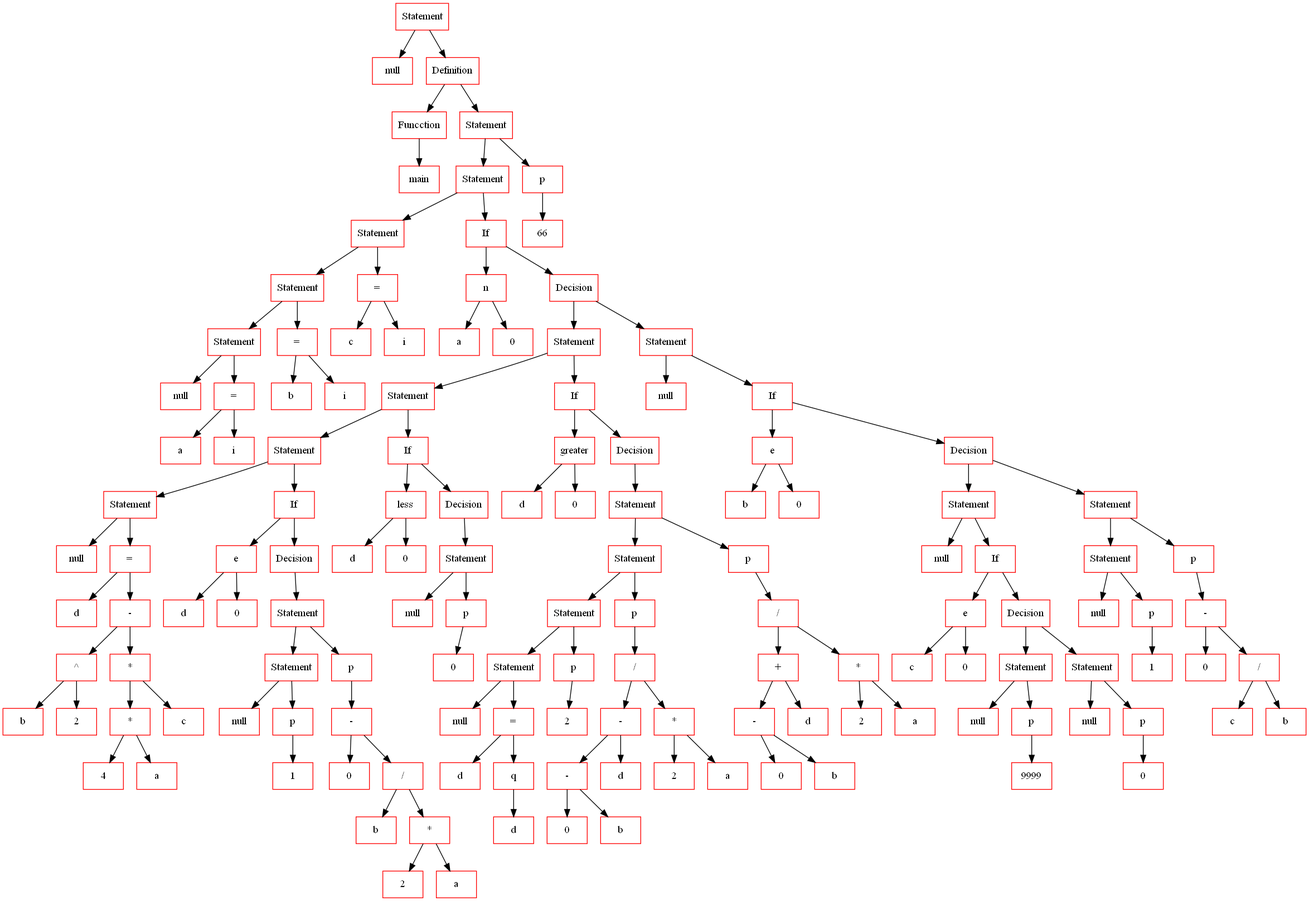
Before: lang_tree.png, a diagram exported from Graphviz (vian96/uzh_lang). Its source is kept beside it as lang_tree.gv.
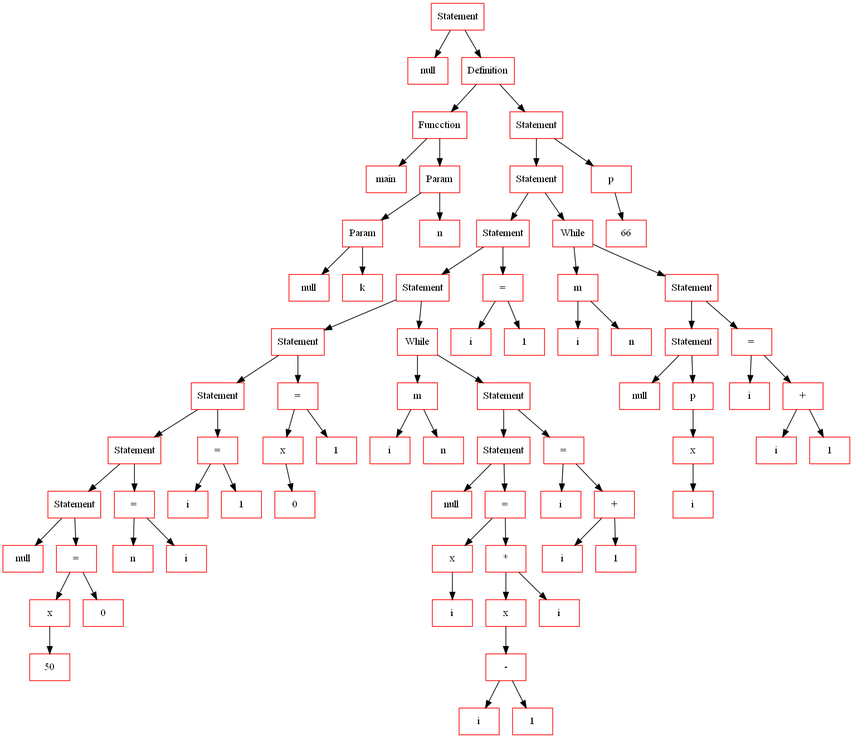
After the commit.

The edit, as a diff of the source:
```diff
@@ -4,283 +4,153 @@
 
 	node[color="red",fontsize=14];
 
-	1590172816[shape=record, label="Statement"];
-	1590172752[shape=record, label="null"];
-	1590172880[shape=record, label="Definition"];
-	1590172944[shape=record, label="Funcction"];
-	1590173008[shape=record, label="main"];
-	1590196288[shape=record, label="Statement"];
-	1592203584[shape=record, label="Statement"];
-	1590170672[shape=record, label="Statement"];
-	1590173392[shape=record, label="Statement"];
-	1590173136[shape=record, label="Statement"];
-	1590173072[shape=record, label="null"];
-	1590173200[shape=record, label="="];
-	1590173264[shape=record, label="a"];
-	1590173328[shape=record, label="i"];
-	1590173456[shape=record, label="="];
-	1590173520[shape=record, label="b"];
-	1590173584[shape=record, label="i"];
-	1590170736[shape=record, label="="];
-	1590170800[shape=record, label="c"];
-	1592203456[shape=record, label="i"];
-	1592202560[shape=record, label="If"];
-	1592202688[shape=record, label="n"];
-	1592203072[shape=record, label="a"];
-	1592203904[shape=record, label="0"];
-	1592202624[shape=record, label="Decision"];
-	1590194096[shape=record, label="Statement"];
-	1590192432[shape=record, label="Statement"];
-	1592203840[shape=record, label="Statement"];
-	1592203776[shape=record, label="Statement"];
-	1592203968[shape=record, label="null"];
-	1592203648[shape=record, label="="];
-	1592203200[shape=record, label="d"];
-	1592202816[shape=record, label="-"];
-	1592203264[shape=record, label="^"];
-	1592202240[shape=record, label="b"];
-	1592202752[shape=record, label="2"];
-	1592203712[shape=record, label="*"];
-	1592203328[shape=record, label="*"];
-	1592203520[shape=record, label="4"];
-	1592203392[shape=record, label="a"];
-	1592202112[shape=record, label="c"];
-	1592202880[shape=record, label="If"];
-	1592202304[shape=record, label="e"];
-	1592203008[shape=record, label="d"];
-	1592202176[shape=record, label="0"];
-	1592203136[shape=record, label="Decision"];
-	1590195440[shape=record, label="Statement"];
-	1592202432[shape=record, label="Statement"];
-	1592202368[shape=record, label="null"];
-	1592202496[shape=record, label="p"];
-	1592202944[shape=record, label="1"];
-	1590193648[shape=record, label="p"];
-	1590192944[shape=record, label="-"];
-	1590194288[shape=record, label="0"];
-	1590192176[shape=record, label="/"];
-	1590192048[shape=record, label="b"];
-	1590194864[shape=record, label="*"];
-	1590194352[shape=record, label="2"];
-	1590191984[shape=record, label="a"];
-	1590192496[shape=record, label="If"];
-	1590194480[shape=record, label="less"];
-	1590193392[shape=record, label="d"];
-	1590192240[shape=record, label="0"];
-	1590193584[shape=record, label="Decision"];
-	1590192560[shape=record, label="Statement"];
-	1590194032[shape=record, label="null"];
-	1590194544[shape=record, label="p"];
-	1590194608[shape=record, label="0"];
-	1590191664[shape=record, label="If"];
-	1590193456[shape=record, label="greater"];
-	1590193328[shape=record, label="d"];
-	1590194160[shape=record, label="0"];
-	1590191792[shape=record, label="Decision"];
-	1590192816[shape=record, label="Statement"];
-	1590193712[shape=record, label="Statement"];
-	1590194736[shape=record, label="Statement"];
-	1590192624[shape=record, label="Statement"];
-	1590192688[shape=record, label="null"];
-	1590194992[shape=record, label="="];
-	1590194672[shape=record, label="d"];
-	1590195568[shape=record, label="q"];
-	1590193904[shape=record, label="d"];
-	1590192752[shape=record, label="p"];
-	1590195312[shape=record, label="2"];
-	1590193136[shape=record, label="p"];
-	1590195248[shape=record, label="/"];
-	1590192304[shape=record, label="-"];
-	1590191856[shape=record, label="-"];
-	1590195120[shape=record, label="0"];
-	1590193776[shape=record, label="b"];
-	1590192368[shape=record, label="d"];
-	1590193840[shape=record, label="*"];
-	1590194224[shape=record, label="2"];
-	1590193200[shape=record, label="a"];
-	1590192880[shape=record, label="p"];
-	1590194800[shape=record, label="/"];
-	1590193264[shape=record, label="+"];
-	1590193968[shape=record, label="-"];
-	1590193008[shape=record, label="0"];
-	1590193520[shape=record, label="b"];
-	1590194416[shape=record, label="d"];
-	1590193072[shape=record, label="*"];
-	1590194928[shape=record, label="2"];
-	1590195504[shape=record, label="a"];
-	1590191728[shape=record, label="Statement"];
-	1590195056[shape=record, label="null"];
-	1590195184[shape=record, label="If"];
-	1590191920[shape=record, label="e"];
-	1590195376[shape=record, label="b"];
-	1590192112[shape=record, label="0"];
-	1590199680[shape=record, label="Decision"];
-	1590199040[shape=record, label="Statement"];
-	1590199616[shape=record, label="null"];
-	1590197248[shape=record, label="If"];
-	1590197184[shape=record, label="e"];
-	1590198528[shape=record, label="c"];
-	1590197312[shape=record, label="0"];
-	1590198272[shape=record, label="Decision"];
-	1590198656[shape=record, label="Statement"];
-	1590198592[shape=record, label="null"];
-	1590196992[shape=record, label="p"];
-	1590199552[shape=record, label="9999"];
-	1590195968[shape=record, label="Statement"];
-	1590196800[shape=record, label="null"];
-	1590198080[shape=record, label="p"];
-	1590198336[shape=record, label="0"];
-	1590195840[shape=record, label="Statement"];
-	1590198144[shape=record, label="Statement"];
-	1590196096[shape=record, label="null"];
-	1590195776[shape=record, label="p"];
-	1590198400[shape=record, label="1"];
-	1590196160[shape=record, label="p"];
-	1590197120[shape=record, label="-"];
-	1590196224[shape=record, label="0"];
-	1590198464[shape=record, label="/"];
-	1590199488[shape=record, label="c"];
-	1590196864[shape=record, label="b"];
-	1590196352[shape=record, label="p"];
-	1590197376[shape=record, label="66"];
+	733418608[shape=record, label="Statement"];
+	733418544[shape=record, label="null"];
+	733418672[shape=record, label="Definition"];
+	733445856[shape=record, label="Funcction"];
+	733445920[shape=record, label="main"];
+	733419952[shape=record, label="Param"];
+	733419824[shape=record, label="Param"];
+	733445984[shape=record, label="null"];
+	733419888[shape=record, label="k"];
+	733420016[shape=record, label="n"];
+	732135424[shape=record, label="Statement"];
+	732134080[shape=record, label="Statement"];
+	732137536[shape=record, label="Statement"];
+	733439856[shape=record, label="Statement"];
+	733440496[shape=record, label="Statement"];
+	733441264[shape=record, label="Statement"];
+	733440048[shape=record, label="Statement"];
+	733420144[shape=record, label="Statement"];
+	733420080[shape=record, label="null"];
+	733420208[shape=record, label="="];
+	733420272[shape=record, label="x"];
+	733420336[shape=record, label="50"];
+	733420400[shape=record, label="0"];
+	733440112[shape=record, label="="];
+	733440816[shape=record, label="n"];
+	733440240[shape=record, label="i"];
+	733439536[shape=record, label="="];
+	733440304[shape=record, label="i"];
+	733441328[shape=record, label="1"];
+	733440880[shape=record, label="="];
+	733441136[shape=record, label="x"];
+	733441008[shape=record, label="0"];
+	733440944[shape=record, label="1"];
+	733439920[shape=record, label="While"];
+	733440368[shape=record, label="m"];
+	733439984[shape=record, label="i"];
+	733439600[shape=record, label="n"];
+	733439728[shape=record, label="Statement"];
+	733440176[shape=record, label="Statement"];
+	733440560[shape=record, label="null"];
+	733440432[shape=record, label="="];
+	733440624[shape=record, label="x"];
+	733439664[shape=record, label="i"];
+	733441200[shape=record, label="*"];
+	733440688[shape=record, label="x"];
+	733441072[shape=record, label="-"];
+	733440752[shape=record, label="i"];
+	733439792[shape=record, label="1"];
+	733441392[shape=record, label="i"];
+	732134208[shape=record, label="="];
+	732134528[shape=record, label="i"];
+	732136192[shape=record, label="+"];
+	732136960[shape=record, label="i"];
+	732135360[shape=record, label="1"];
+	732136064[shape=record, label="="];
+	732135104[shape=record, label="i"];
+	732135488[shape=record, label="1"];
+	732136512[shape=record, label="While"];
+	732134336[shape=record, label="m"];
+	732136704[shape=record, label="i"];
+	732137600[shape=record, label="n"];
+	732137728[shape=record, label="Statement"];
+	732136128[shape=record, label="Statement"];
+	732135168[shape=record, label="null"];
+	732134400[shape=record, label="p"];
+	732136000[shape=record, label="x"];
+	732135232[shape=record, label="i"];
+	732136640[shape=record, label="="];
+	732137216[shape=record, label="i"];
+	732135936[shape=record, label="+"];
+	732137664[shape=record, label="i"];
+	732135296[shape=record, label="1"];
+	732135680[shape=record, label="p"];
+	732135808[shape=record, label="66"];
 
-	1590172816 -> 1590172752[fontsize=12]
-	1590172816 -> 1590172880[fontsize=12]
-	1590172880 -> 1590172944[fontsize=12]
-	1590172880 -> 1590196288[fontsize=12]
-	1590172944 -> 1590173008[fontsize=12]
-	1590196288 -> 1592203584[fontsize=12]
-	1590196288 -> 1590196352[fontsize=12]
-	1592203584 -> 1590170672[fontsize=12]
-	1592203584 -> 1592202560[fontsize=12]
-	1590170672 -> 1590173392[fontsize=12]
-	1590170672 -> 1590170736[fontsize=12]
-	1590173392 -> 1590173136[fontsize=12]
-	1590173392 -> 1590173456[fontsize=12]
-	1590173136 -> 1590173072[fontsize=12]
-	1590173136 -> 1590173200[fontsize=12]
-	1590173200 -> 1590173264[fontsize=12]
-	1590173200 -> 1590173328[fontsize=12]
-	1590173456 -> 1590173520[fontsize=12]
-	1590173456 -> 1590173584[fontsize=12]
-	1590170736 -> 1590170800[fontsize=12]
-	1590170736 -> 1592203456[fontsize=12]
-	1592202560 -> 1592202688[fontsize=12]
-	1592202560 -> 1592202624[fontsize=12]
-	1592202688 -> 1592203072[fontsize=12]
-	1592202688 -> 1592203904[fontsize=12]
-	1592202624 -> 1590194096[fontsize=12]
-	1592202624 -> 1590191728[fontsize=12]
-	1590194096 -> 1590192432[fontsize=12]
-	1590194096 -> 1590191664[fontsize=12]
-	1590192432 -> 1592203840[fontsize=12]
-	1590192432 -> 1590192496[fontsize=12]
-	1592203840 -> 1592203776[fontsize=12]
-	1592203840 -> 1592202880[fontsize=12]
-	1592203776 -> 1592203968[fontsize=12]
-	1592203776 -> 1592203648[fontsize=12]
-	1592203648 -> 1592203200[fontsize=12]
-	1592203648 -> 1592202816[fontsize=12]
-	1592202816 -> 1592203264[fontsize=12]
-	1592202816 -> 1592203712[fontsize=12]
-	1592203264 -> 1592202240[fontsize=12]
-	1592203264 -> 1592202752[fontsize=12]
-	1592203712 -> 1592203328[fontsize=12]
-	1592203712 -> 1592202112[fontsize=12]
-	1592203328 -> 1592203520[fontsize=12]
-	1592203328 -> 1592203392[fontsize=12]
-	1592202880 -> 1592202304[fontsize=12]
-	1592202880 -> 1592203136[fontsize=12]
-	1592202304 -> 1592203008[fontsize=12]
-	1592202304 -> 1592202176[fontsize=12]
-	1592203136 -> 1590195440[fontsize=12]
-	1590195440 -> 1592202432[fontsize=12]
-	1590195440 -> 1590193648[fontsize=12]
-	1592202432 -> 1592202368[fontsize=12]
-	1592202432 -> 1592202496[fontsize=12]
-	1592202496 -> 1592202944[fontsize=12]
-	1590193648 -> 1590192944[fontsize=12]
-	1590192944 -> 1590194288[fontsize=12]
-	1590192944 -> 1590192176[fontsize=12]
-	1590192176 -> 1590192048[fontsize=12]
-	1590192176 -> 1590194864[fontsize=12]
-	1590194864 -> 1590194352[fontsize=12]
-	1590194864 -> 1590191984[fontsize=12]
-	1590192496 -> 1590194480[fontsize=12]
-	1590192496 -> 1590193584[fontsize=12]
-	1590194480 -> 1590193392[fontsize=12]
-	1590194480 -> 1590192240[fontsize=12]
-	1590193584 -> 1590192560[fontsize=12]
-	1590192560 -> 1590194032[fontsize=12]
-	1590192560 -> 1590194544[fontsize=12]
-	1590194544 -> 1590194608[fontsize=12]
-	1590191664 -> 1590193456[fontsize=12]
-	1590191664 -> 1590191792[fontsize=12]
-	1590193456 -> 1590193328[fontsize=12]
-	1590193456 -> 1590194160[fontsize=12]
-	1590191792 -> 1590192816[fontsize=12]
-	1590192816 -> 1590193712[fontsize=12]
-	1590192816 -> 1590192880[fontsize=12]
-	1590193712 -> 1590194736[fontsize=12]
-	1590193712 -> 1590193136[fontsize=12]
-	1590194736 -> 1590192624[fontsize=12]
-	1590194736 -> 1590192752[fontsize=12]
-	1590192624 -> 1590192688[fontsize=12]
-	1590192624 -> 1590194992[fontsize=12]
-	1590194992 -> 1590194672[fontsize=12]
-	1590194992 -> 1590195568[fontsize=12]
-	1590195568 -> 1590193904[fontsize=12]
-	1590192752 -> 1590195312[fontsize=12]
-	1590193136 -> 1590195248[fontsize=12]
-	1590195248 -> 1590192304[fontsize=12]
-	1590195248 -> 1590193840[fontsize=12]
-	1590192304 -> 1590191856[fontsize=12]
-	1590192304 -> 1590192368[fontsize=12]
-	1590191856 -> 1590195120[fontsize=12]
-	1590191856 -> 1590193776[fontsize=12]
-	1590193840 -> 1590194224[fontsize=12]
-	1590193840 -> 1590193200[fontsize=12]
-	1590192880 -> 1590194800[fontsize=12]
-	1590194800 -> 1590193264[fontsize=12]
-	1590194800 -> 1590193072[fontsize=12]
-	1590193264 -> 1590193968[fontsize=12]
-	1590193264 -> 1590194416[fontsize=12]
-	1590193968 -> 1590193008[fontsize=12]
-	1590193968 -> 1590193520[fontsize=12]
-	1590193072 -> 1590194928[fontsize=12]
-	1590193072 -> 1590195504[fontsize=12]
-	1590191728 -> 1590195056[fontsize=12]
-	1590191728 -> 1590195184[fontsize=12]
-	1590195184 -> 1590191920[fontsize=12]
-	1590195184 -> 1590199680[fontsize=12]
-	1590191920 -> 1590195376[fontsize=12]
-	1590191920 -> 1590192112[fontsize=12]
-	1590199680 -> 1590199040[fontsize=12]
-	1590199680 -> 1590195840[fontsize=12]
-	1590199040 -> 1590199616[fontsize=12]
-	1590199040 -> 1590197248[fontsize=12]
-	1590197248 -> 1590197184[fontsize=12]
-	1590197248 -> 1590198272[fontsize=12]
-	1590197184 -> 1590198528[fontsize=12]
-	1590197184 -> 1590197312[fontsize=12]
-	1590198272 -> 1590198656[fontsize=12]
-	1590198272 -> 1590195968[fontsize=12]
-	1590198656 -> 1590198592[fontsize=12]
-	1590198656 -> 1590196992[fontsize=12]
-	1590196992 -> 1590199552[fontsize=12]
-	1590195968 -> 1590196800[fontsize=12]
-	1590195968 -> 1590198080[fontsize=12]
-	1590198080 -> 1590198336[fontsize=12]
-	1590195840 -> 1590198144[fontsize=12]
-	1590195840 -> 1590196160[fontsize=12]
-	1590198144 -> 1590196096[fontsize=12]
-	1590198144 -> 1590195776[fontsize=12]
-	1590195776 -> 1590198400[fontsize=12]
-	1590196160 -> 1590197120[fontsize=12]
-	1590197120 -> 1590196224[fontsize=12]
-	1590197120 -> 1590198464[fontsize=12]
-	1590198464 -> 1590199488[fontsize=12]
-	1590198464 -> 1590196864[fontsize=12]
-	1590196352 -> 1590197376[fontsize=12]
+	733418608 -> 733418544[fontsize=12]
+	733418608 -> 733418672[fontsize=12]
+	733418672 -> 733445856[fontsize=12]
+	733418672 -> 732135424[fontsize=12]
+	733445856 -> 733445920[fontsize=12]
+	733445856 -> 733419952[fontsize=12]
+	733419952 -> 733419824[fontsize=12]
+	733419952 -> 733420016[fontsize=12]
+	733419824 -> 733445984[fontsize=12]
+	733419824 -> 733419888[fontsize=12]
+	732135424 -> 732134080[fontsize=12]
+	732135424 -> 732135680[fontsize=12]
+	732134080 -> 732137536[fontsize=12]
+	732134080 -> 732136512[fontsize=12]
+	732137536 -> 733439856[fontsize=12]
+	732137536 -> 732136064[fontsize=12]
+	733439856 -> 733440496[fontsize=12]
+	733439856 -> 733439920[fontsize=12]
+	733440496 -> 733441264[fontsize=12]
+	733440496 -> 733440880[fontsize=12]
+	733441264 -> 733440048[fontsize=12]
+	733441264 -> 733439536[fontsize=12]
+	733440048 -> 733420144[fontsize=12]
+	733440048 -> 733440112[fontsize=12]
+	733420144 -> 733420080[fontsize=12]
+	733420144 -> 733420208[fontsize=12]
+	733420208 -> 733420272[fontsize=12]
+	733420208 -> 733420400[fontsize=12]
+	733420272 -> 733420336[fontsize=12]
+	733440112 -> 733440816[fontsize=12]
+	733440112 -> 733440240[fontsize=12]
+	733439536 -> 733440304[fontsize=12]
+	733439536 -> 733441328[fontsize=12]
+	733440880 -> 733441136[fontsize=12]
+	733440880 -> 733440944[fontsize=12]
+	733441136 -> 733441008[fontsize=12]
+	733439920 -> 733440368[fontsize=12]
+	733439920 -> 733439728[fontsize=12]
+	733440368 -> 733439984[fontsize=12]
+	733440368 -> 733439600[fontsize=12]
+	733439728 -> 733440176[fontsize=12]
+	733439728 -> 732134208[fontsize=12]
+	733440176 -> 733440560[fontsize=12]
+	733440176 -> 733440432[fontsize=12]
+	733440432 -> 733440624[fontsize=12]
+	733440432 -> 733441200[fontsize=12]
+	733440624 -> 733439664[fontsize=12]
+	733441200 -> 733440688[fontsize=12]
+	733441200 -> 733441392[fontsize=12]
+	733440688 -> 733441072[fontsize=12]
+	733441072 -> 733440752[fontsize=12]
+	733441072 -> 733439792[fontsize=12]
+	732134208 -> 732134528[fontsize=12]
+	732134208 -> 732136192[fontsize=12]
+	732136192 -> 732136960[fontsize=12]
+	732136192 -> 732135360[fontsize=12]
+	732136064 -> 732135104[fontsize=12]
+	732136064 -> 732135488[fontsize=12]
+	732136512 -> 732134336[fontsize=12]
+	732136512 -> 732137728[fontsize=12]
+	732134336 -> 732136704[fontsize=12]
+	732134336 -> 732137600[fontsize=12]
+	732137728 -> 732136128[fontsize=12]
+	732137728 -> 732136640[fontsize=12]
+	732136128 -> 732135168[fontsize=12]
+	732136128 -> 732134400[fontsize=12]
+	732134400 -> 732136000[fontsize=12]
+	732136000 -> 732135232[fontsize=12]
+	732136640 -> 732137216[fontsize=12]
+	732136640 -> 732135936[fontsize=12]
+	732135936 -> 732137664[fontsize=12]
+	732135936 -> 732135296[fontsize=12]
+	732135680 -> 732135808[fontsize=12]
 
 }
```
